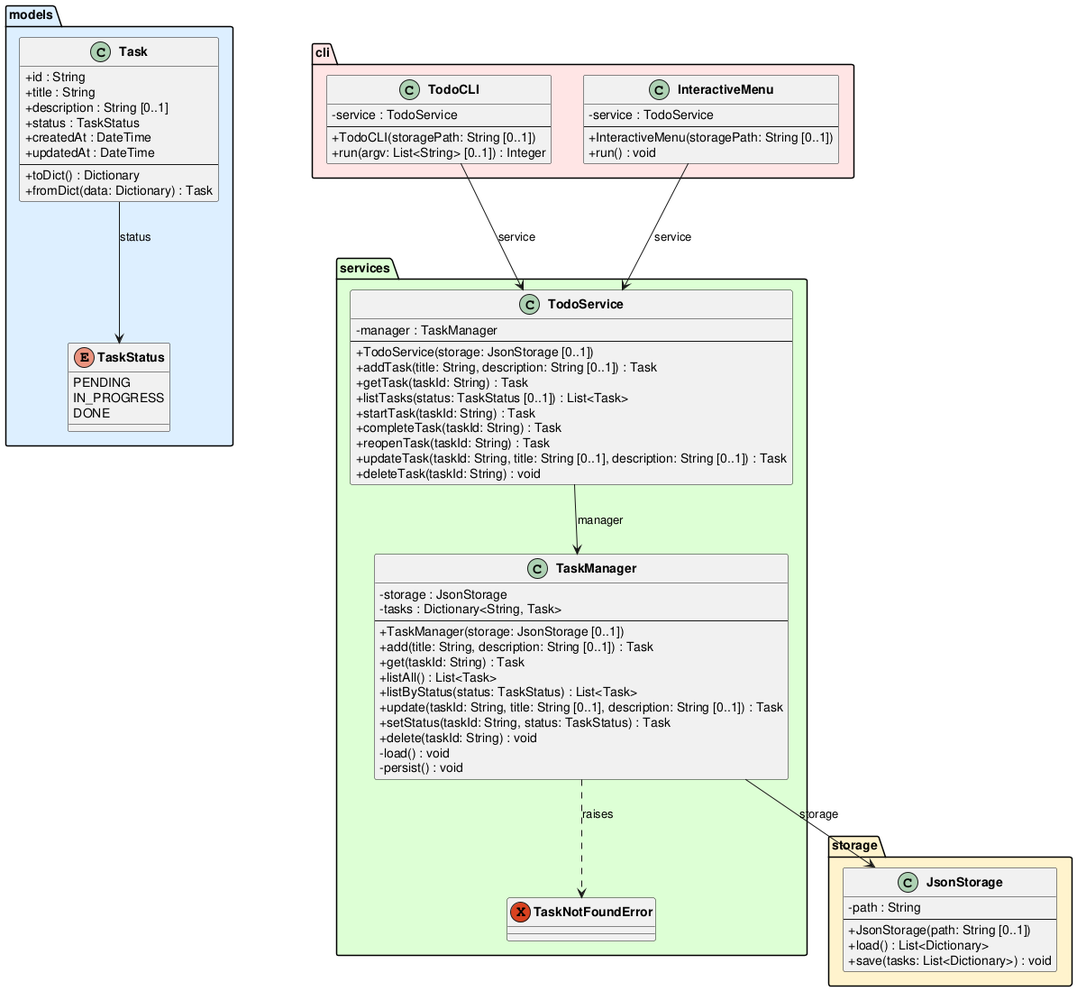
This is experiments/supervisor_as_tools/user_stories/TODO/artifacts/class_diagram.png from DanielRiha8906/Software_autoevolution_using_agents, a PlantUML export, as it was before one commit.
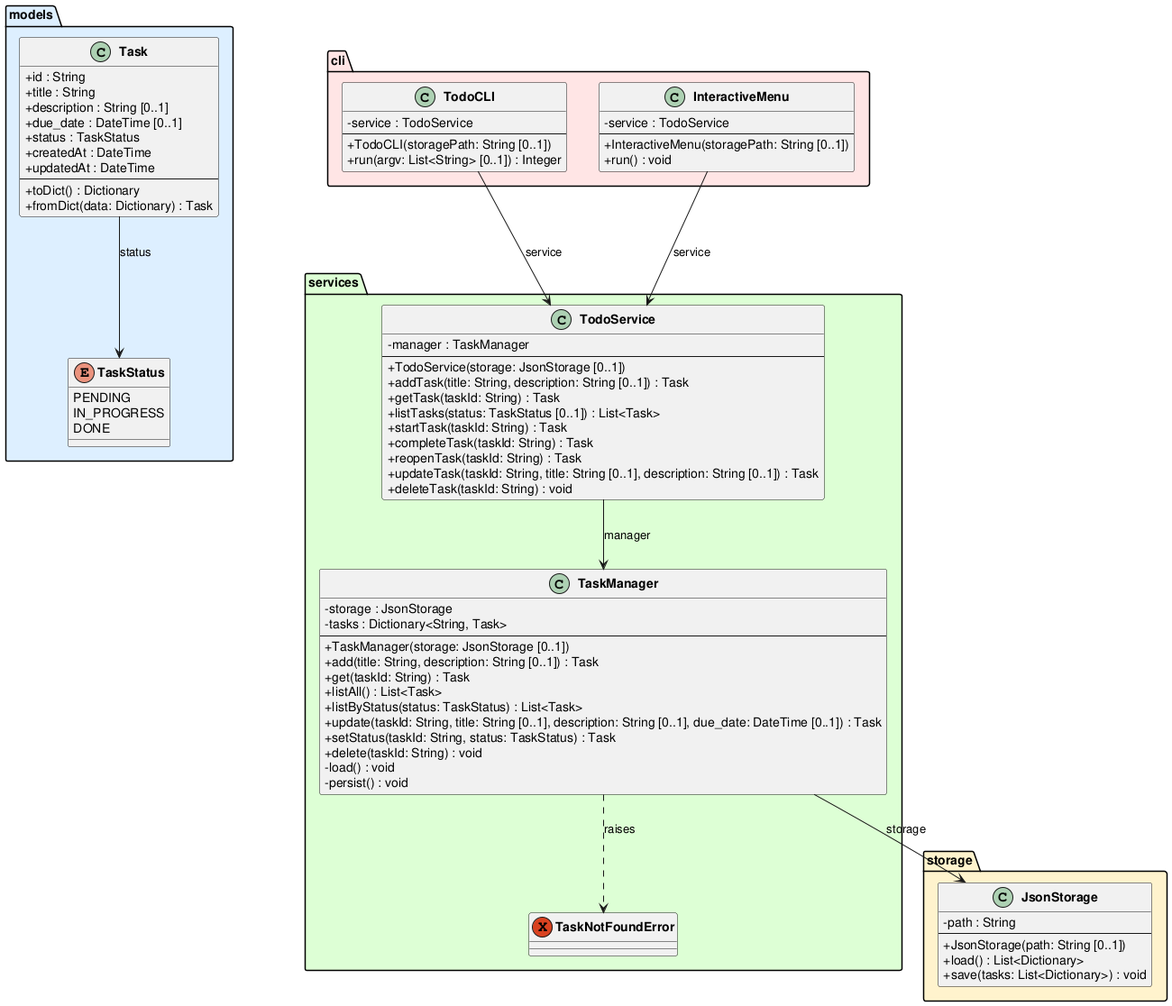
Later version of the same file.

What changed in the source:
```diff
@@ -14,6 +14,7 @@
         +id : String
         +title : String
         +description : String [0..1]
+        +due_date : DateTime [0..1]
         +status : TaskStatus
         +createdAt : DateTime
         +updatedAt : DateTime
@@ -45,7 +46,7 @@
         +get(taskId: String) : Task
         +listAll() : List<Task>
         +listByStatus(status: TaskStatus) : List<Task>
-        +update(taskId: String, title: String [0..1], description: String [0..1]) : Task
+        +update(taskId: String, title: String [0..1], description: String [0..1], due_date: DateTime [0..1]) : Task
         +setStatus(taskId: String, status: TaskStatus) : Task
         +delete(taskId: String) : void
         -load() : void
```
